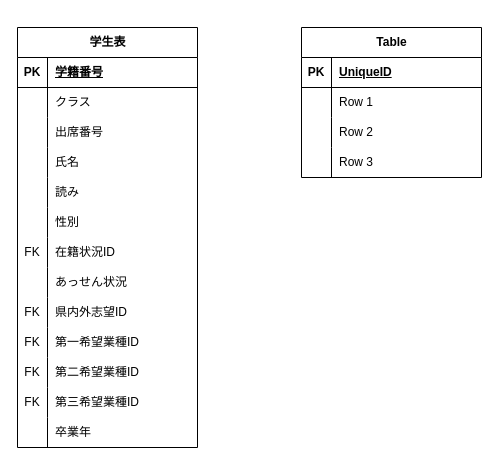
This is er.drawio from m-riku7458/JMSProject, a draw.io file, before an edit. Source tidied: cells renumbered, new cells numbered last; positions are measured from the earlier drawing's top-left corner, leaving out a move shared by most shapes. Both pictures are drawn from the tidied source at 100%, with x=0, y=0 at pixel (17, 27).
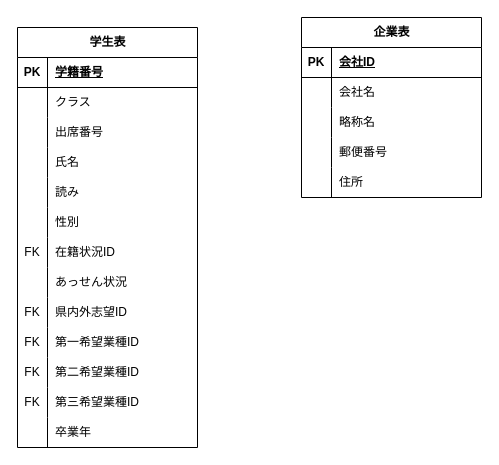
The same page after the edit.

The change refers to these unchanged cells:
```xml
<mxCell id="43" style="shape=tableRow;horizontal=0;startSize=0;swimlaneHead=0;swimlaneBody=0;fillColor=none;top=0;left=0;right=0;bottom=1;" parent="42" vertex="1">
  <mxGeometry y="30" width="180" height="30" as="geometry" />
</mxCell>
<mxCell id="46" style="shape=tableRow;horizontal=0;startSize=0;swimlaneHead=0;swimlaneBody=0;fillColor=none;top=0;left=0;right=0;bottom=0;" parent="42" vertex="1">
  <mxGeometry y="60" width="180" height="30" as="geometry" />
</mxCell>
<mxCell id="49" style="shape=tableRow;horizontal=0;startSize=0;swimlaneHead=0;swimlaneBody=0;fillColor=none;top=0;left=0;right=0;bottom=0;" parent="42" vertex="1">
  <mxGeometry y="90" width="180" height="30" as="geometry" />
</mxCell>
<mxCell id="52" style="shape=tableRow;horizontal=0;startSize=0;swimlaneHead=0;swimlaneBody=0;fillColor=none;top=0;left=0;right=0;bottom=0;" parent="42" vertex="1">
  <mxGeometry y="120" width="180" height="30" as="geometry" />
</mxCell>
```

Change to the diagram source:
```diff
@@
-    <mxCell id="42" value="Table" style="shape=table;startSize=30;childLayout=tableLayout;rowLines=0;fontStyle=1;align=center;html=1;" parent="1" vertex="1">
-      <mxGeometry x="284" width="180" height="150" as="geometry" />
+    <mxCell id="42" value="企業表" style="shape=table;startSize=30;childLayout=tableLayout;rowLines=0;fontStyle=1;align=center;html=1;" parent="1" vertex="1">
+      <mxGeometry x="284" y="-10" width="180" height="180" as="geometry" />
     </mxCell>
@@
-    <mxCell id="45" value="UniqueID" style="shape=partialRectangle;fillColor=none;top=0;left=0;bottom=0;right=0;align=left;spacingLeft=6;fontStyle=5;overflow=hidden;whiteSpace=wrap;html=1;" parent="43" vertex="1">
+    <mxCell id="45" value="会社ID" style="shape=partialRectangle;fillColor=none;top=0;left=0;bottom=0;right=0;align=left;spacingLeft=6;fontStyle=5;overflow=hidden;whiteSpace=wrap;html=1;" parent="43" vertex="1">
       <mxGeometry x="30" width="150" height="30" as="geometry" />
     </mxCell>
@@
-    <mxCell id="48" value="Row 1" style="shape=partialRectangle;fillColor=none;top=0;left=0;bottom=0;right=0;align=left;spacingLeft=6;overflow=hidden;whiteSpace=wrap;html=1;" parent="46" vertex="1">
+    <mxCell id="48" value="会社名" style="shape=partialRectangle;fillColor=none;top=0;left=0;bottom=0;right=0;align=left;spacingLeft=6;overflow=hidden;whiteSpace=wrap;html=1;" parent="46" vertex="1">
       <mxGeometry x="30" width="150" height="30" as="geometry" />
     </mxCell>
@@
-    <mxCell id="51" value="Row 2" style="shape=partialRectangle;fillColor=none;top=0;left=0;bottom=0;right=0;align=left;spacingLeft=6;overflow=hidden;whiteSpace=wrap;html=1;" parent="49" vertex="1">
+    <mxCell id="51" value="略称名" style="shape=partialRectangle;fillColor=none;top=0;left=0;bottom=0;right=0;align=left;spacingLeft=6;overflow=hidden;whiteSpace=wrap;html=1;" parent="49" vertex="1">
       <mxGeometry x="30" width="150" height="30" as="geometry" />
     </mxCell>
@@
-    <mxCell id="54" value="Row 3" style="shape=partialRectangle;fillColor=none;top=0;left=0;bottom=0;right=0;align=left;spacingLeft=6;overflow=hidden;whiteSpace=wrap;html=1;" parent="52" vertex="1">
+    <mxCell id="54" value="郵便番号" style="shape=partialRectangle;fillColor=none;top=0;left=0;bottom=0;right=0;align=left;spacingLeft=6;overflow=hidden;whiteSpace=wrap;html=1;" parent="52" vertex="1">
       <mxGeometry x="30" width="150" height="30" as="geometry" />
     </mxCell>
+    <mxCell id="55" style="shape=tableRow;horizontal=0;startSize=0;swimlaneHead=0;swimlaneBody=0;fillColor=none;top=0;left=0;right=0;bottom=0;" parent="42" vertex="1">
+      <mxGeometry y="150" width="180" height="30" as="geometry" />
+    </mxCell>
+    <mxCell id="56" style="shape=partialRectangle;fillColor=none;top=0;left=0;bottom=0;right=0;overflow=hidden;whiteSpace=wrap;html=1;" parent="55" vertex="1">
+      <mxGeometry width="30" height="30" as="geometry" />
+    </mxCell>
+    <mxCell id="57" value="住所" style="shape=partialRectangle;fillColor=none;top=0;left=0;bottom=0;right=0;align=left;spacingLeft=6;overflow=hidden;whiteSpace=wrap;html=1;" parent="55" vertex="1">
+      <mxGeometry x="30" width="150" height="30" as="geometry" />
+    </mxCell>
```
